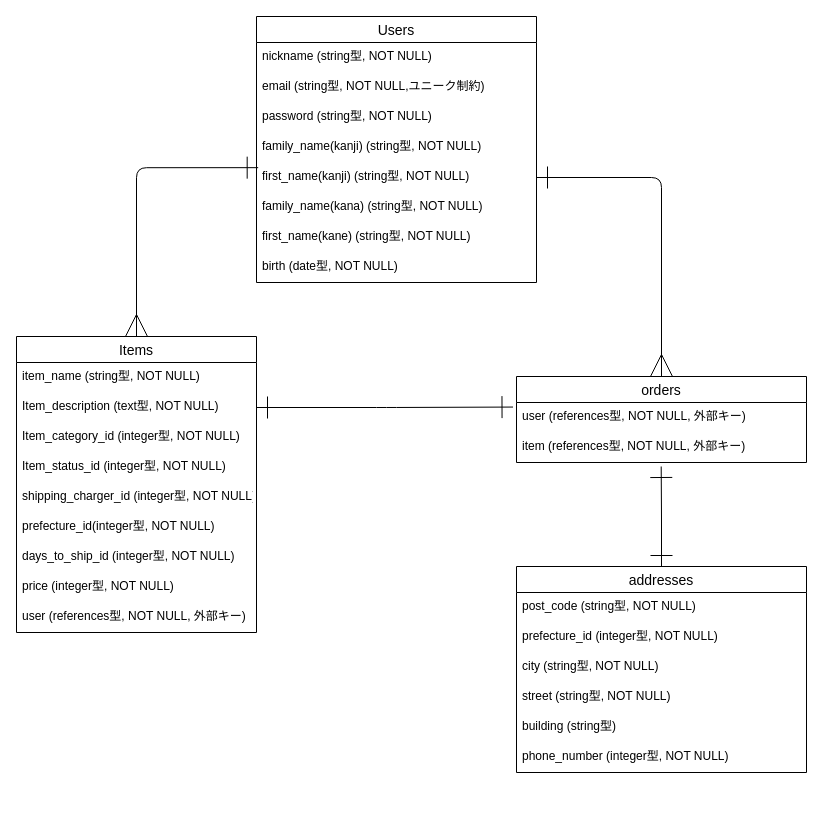
Before: furima-38535.dio in kota-aso/furima-38535, a draw.io diagram. Source tidied: cells renumbered, new cells numbered last; positions are measured from the earlier drawing's top-left corner, leaving out a move shared by most shapes. Both pictures are drawn from the tidied source at 100%, with x=0, y=0 at pixel (16, 16).
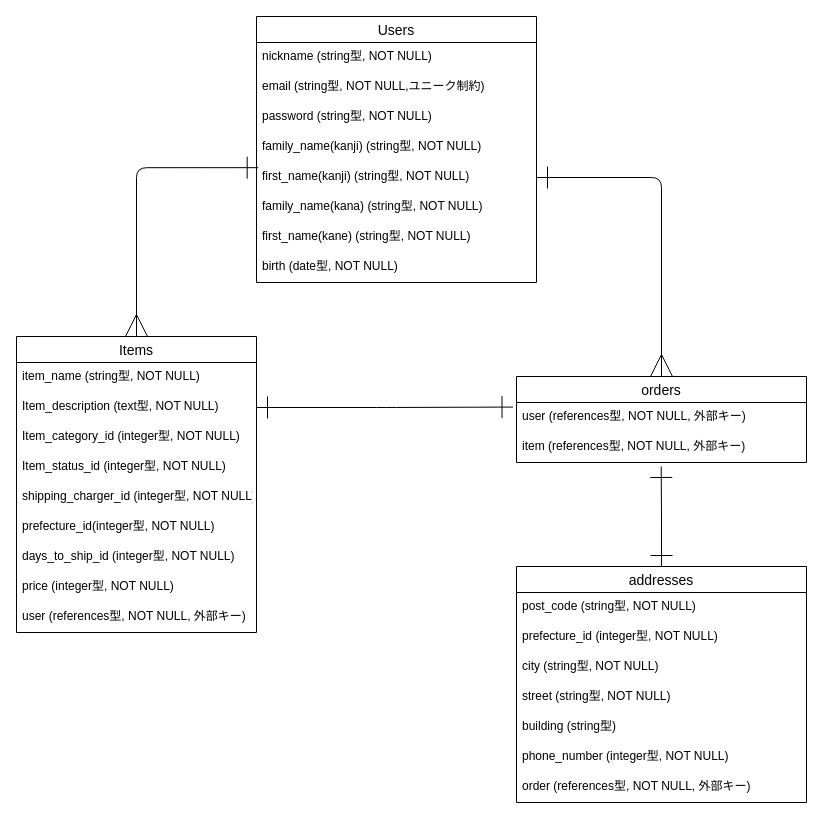
After the change.

The edit, as a diff of the source:
```diff
@@
     <mxCell id="26" value="addresses" style="swimlane;fontStyle=0;horizontal=1;startSize=26;align=center;fontSize=14;" parent="1" vertex="1">
-      <mxGeometry x="500" y="550" width="290" height="206" as="geometry" />
+      <mxGeometry x="500" y="550" width="290" height="236" as="geometry" />
     </mxCell>
@@
+    <mxCell id="35" value="order (references型, NOT NULL, 外部キー)" style="text;strokeColor=none;fillColor=none;spacingLeft=4;spacingRight=4;overflow=hidden;fontSize=12;" parent="26" vertex="1">
+      <mxGeometry y="206" width="290" height="30" as="geometry" />
+    </mxCell>
```
